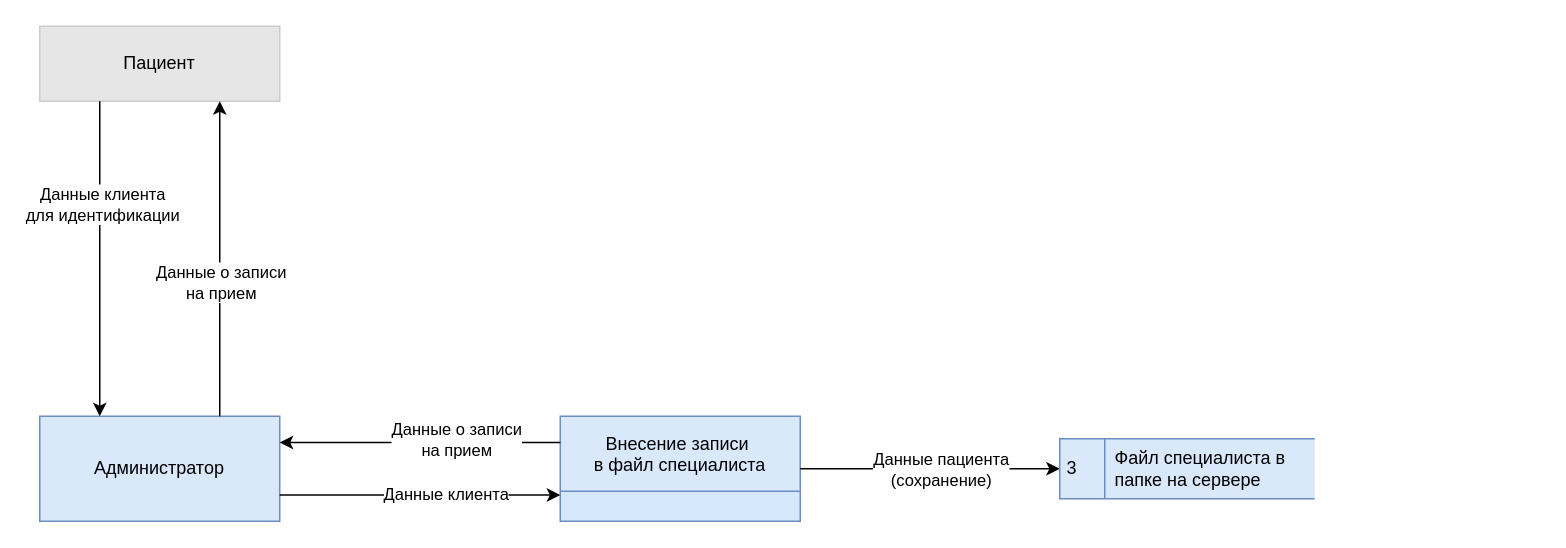
The draw.io diagram page "Запись пациента к специалисту" (2 of 9) of Task1/Diagrams.drawio in vir37/architecture-medikamente, before the edit. Source tidied: cells renumbered, new cells numbered last; positions are measured from the earlier drawing's top-left corner, leaving out a move shared by most shapes. Both pictures are drawn from the tidied source at 150%, with x=0, y=0 at pixel (39, 26).
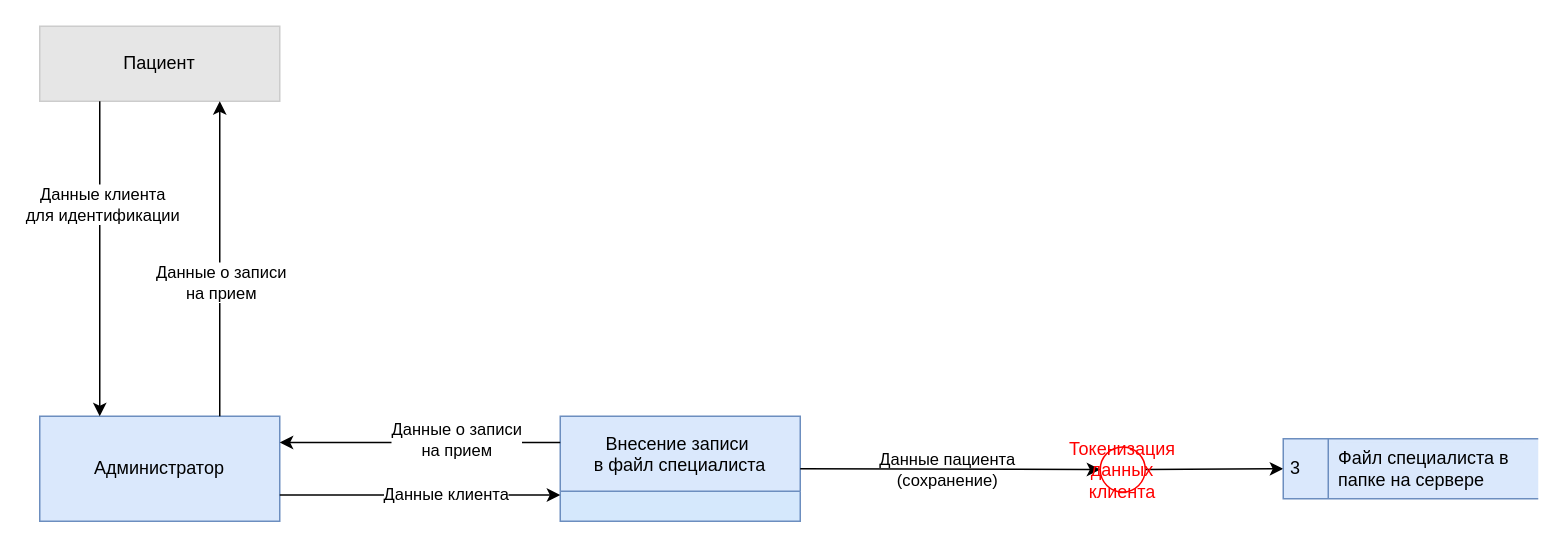
Above is the later version.

The change refers to these unchanged cells:
```xml
<mxCell id="3" value="Внесение записи &#10;в файл специалиста" style="swimlane;fontStyle=0;horizontal=1;startSize=50;fillColor=#dae8fc;swimlaneFillColor=#D5E8FC;strokeColor=#6c8ebf;" parent="1" vertex="1">
  <mxGeometry x="347" y="260" width="160" height="70" as="geometry" />
</mxCell>
<mxCell id="14" value="3" style="html=1;dashed=0;whiteSpace=wrap;shape=mxgraph.dfd.dataStoreID;align=left;spacingLeft=3;points=[[0,0],[0.5,0],[1,0],[0,0.5],[1,0.5],[0,1],[0.5,1],[1,1]];fillColor=#dae8fc;strokeColor=#6c8ebf;" parent="13" vertex="1">
  <mxGeometry width="170" height="40" as="geometry" />
</mxCell>
```

Change to the diagram source:
```diff
@@
-    <mxCell id="6" style="endArrow=classic;html=1;rounded=0;exitX=1;exitY=0.5;exitDx=0;exitDy=0;entryX=0;entryY=0.5;entryDx=0;entryDy=0;" parent="1" edge="1" source="3" target="14">
+    <mxCell id="6" style="endArrow=classic;html=1;rounded=0;exitX=1;exitY=0.5;exitDx=0;exitDy=0;entryX=0;entryY=0.5;entryDx=0;entryDy=0;" parent="1" edge="1" source="19" target="14">
       <mxGeometry relative="1" as="geometry" />
     </mxCell>
     <mxCell id="7" value="Данные пациента&lt;div&gt;(сохранение)&lt;/div&gt;" style="edgeLabel;html=1;align=center;verticalAlign=middle;" parent="6" vertex="1">
-      <mxGeometry x="0.07" relative="1" as="geometry" />
+      <mxGeometry x="0.07" relative="1" as="geometry">
+        <mxPoint x="-181" as="offset" />
+      </mxGeometry>
     </mxCell>
@@
     <mxCell id="13" style="group;" parent="1" vertex="1">
-      <mxGeometry x="680" y="275" width="170" height="40" as="geometry" />
+      <mxGeometry x="829" y="275" width="170" height="40" as="geometry" />
     </mxCell>
@@
+    <mxCell id="18" style="endArrow=classic;html=1;rounded=0;exitX=1;exitY=0.5;exitDx=0;exitDy=0;entryX=0;entryY=0.5;entryDx=0;entryDy=0;" parent="1" edge="1" source="3" target="19">
+      <mxGeometry relative="1" as="geometry" />
+    </mxCell>
+    <mxCell id="19" value="Т&lt;span style=&quot;background-color: transparent;&quot;&gt;окенизация данных клиента&lt;/span&gt;" style="shape=ellipse;html=1;dashed=0;whiteSpace=wrap;perimeter=ellipsePerimeter;fontColor=#FF0000;strokeColor=#FF0000;" parent="1" vertex="1">
+      <mxGeometry x="707" y="280.5" width="30" height="30" as="geometry" />
+    </mxCell>
```
